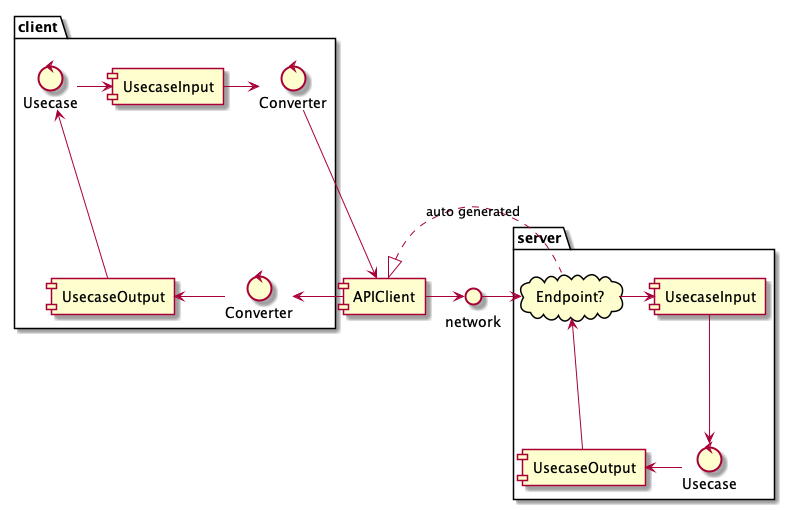
hori-ryota/go-codegen keeps this PlantUML diagram as docs/apiimpl_after.png. Above is the earlier version.
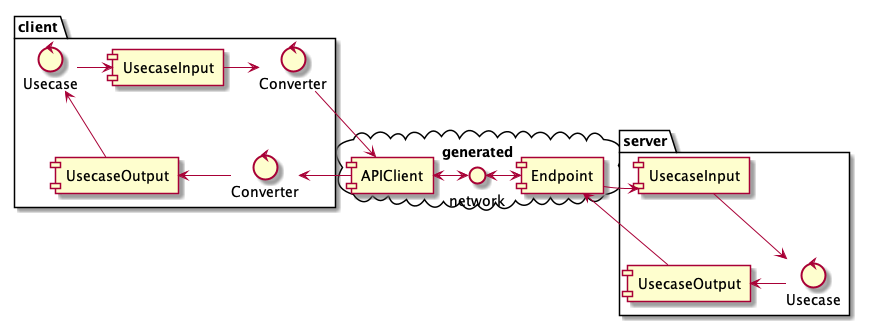
After the change.

The edit, as a diff of the source:
```diff
@@ -1,7 +1,11 @@
 @startuml
 
-[APIClient]
-() network as network
+
+cloud generated {
+  [APIClient]
+  () network as network
+  [Endpoint] as Endpoint
+}
 
 folder client {
   [UsecaseInput] as ClientUsecaseInput
@@ -20,7 +24,6 @@
 }
 
 folder server {
-  cloud "Endpoint?" as Endpoint
   [UsecaseInput] as BackendUsecaseInput
   control Usecase as BackendUsecase
   [UsecaseOutput] as BackendUsecaseOutput
@@ -32,8 +35,6 @@
   BackendUsecaseOutput <- BackendUsecase
 }
 
-APIClient -> network
-network -> Endpoint
-APIClient <|. Endpoint : auto generated
-
+APIClient <-> network
+network <-> Endpoint
 @enduml
```
